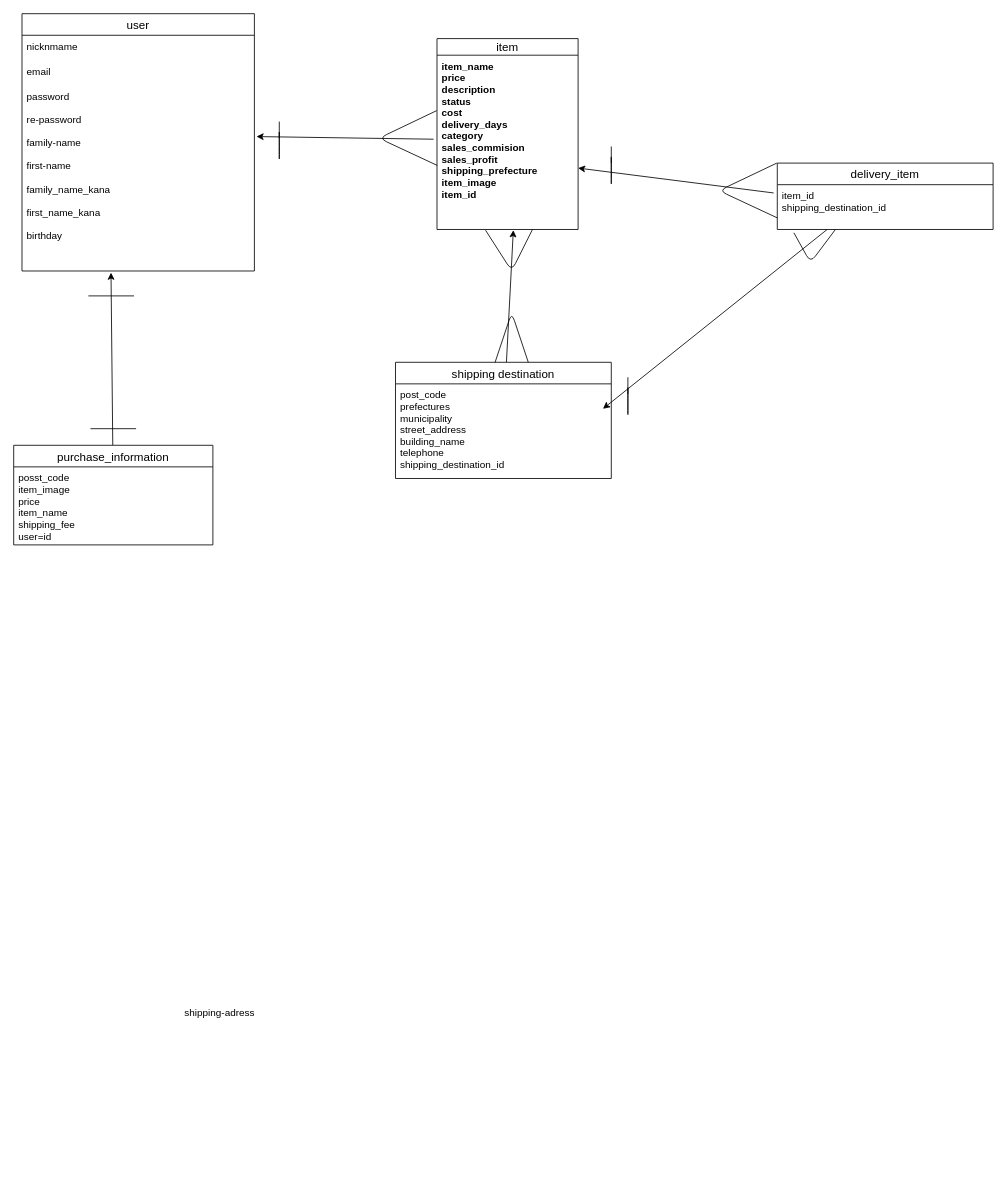
The draw.io diagram ER.dio in srho1212/furima-41247, before the edit. Source tidied: cells renumbered, new cells numbered last; positions are measured from the earlier drawing's top-left corner, leaving out a move shared by most shapes. Both pictures are drawn from the tidied source at 83%, with x=0, y=0 at pixel (13, 13).
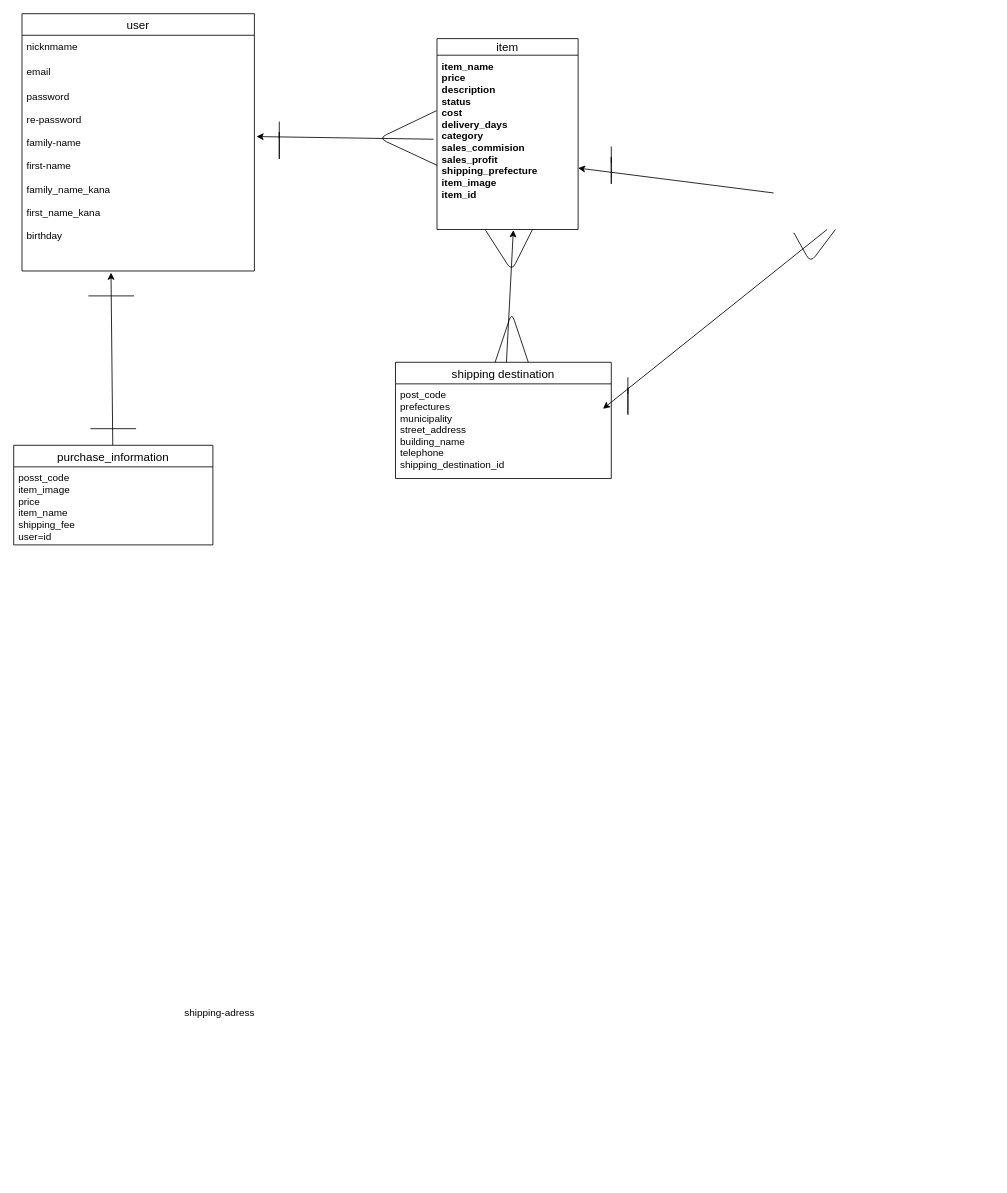
After the change.

Change to the diagram source:
```diff
@@
-    <mxCell id="20" value="delivery_item" style="swimlane;fontStyle=0;horizontal=1;startSize=26;align=center;fontSize=14;" parent="1" vertex="1">
-      <mxGeometry x="920" y="180" width="260" height="80" as="geometry" />
-    </mxCell>
-    <mxCell id="21" value="item_id&#10;shipping_destination_id&#10;" style="text;strokeColor=none;fillColor=none;spacingLeft=4;spacingRight=4;overflow=hidden;points=[[0,0.5],[1,0.5]];portConstraint=eastwest;fontSize=12;" parent="20" vertex="1">
-      <mxGeometry y="26" width="260" height="54" as="geometry" />
-    </mxCell>
-    <mxCell id="22" style="edgeStyle=none;html=1;entryX=1.009;entryY=0.277;entryDx=0;entryDy=0;entryPerimeter=0;exitX=-0.002;exitY=0.318;exitDx=0;exitDy=0;exitPerimeter=0;endArrow=none;" parent="1" edge="1">
-      <mxGeometry relative="1" as="geometry">
-        <mxPoint x="919.4" y="180" as="sourcePoint" />
-        <mxPoint x="920" y="246" as="targetPoint" />
-        <Array as="points">
-          <mxPoint x="849.7" y="213.2" />
-        </Array>
-      </mxGeometry>
-    </mxCell>
@@
-    <mxCell id="29" style="edgeStyle=none;html=1;entryX=1.009;entryY=0.277;entryDx=0;entryDy=0;entryPerimeter=0;startArrow=none;exitX=-0.017;exitY=0.185;exitDx=0;exitDy=0;exitPerimeter=0;" parent="1" edge="1" source="21">
+    <mxCell id="29" style="edgeStyle=none;html=1;entryX=1.009;entryY=0.277;entryDx=0;entryDy=0;entryPerimeter=0;startArrow=none;exitX=-0.017;exitY=0.185;exitDx=0;exitDy=0;exitPerimeter=0;" parent="1" edge="1">
       <mxGeometry relative="1" as="geometry">
+        <mxPoint x="915.6" y="216" as="sourcePoint" />
         <mxPoint x="680" y="186" as="targetPoint" />
       </mxGeometry>
     </mxCell>
```
